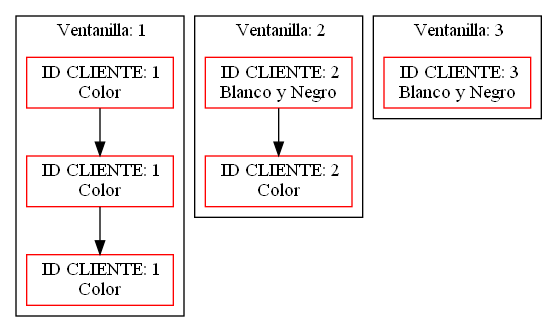
hugosmhd/EDD_UDRAWING_202002793 keeps this Graphviz diagram as pilaimg.png. Above is the earlier version. Its source is kept beside it as pilaimg.dot.
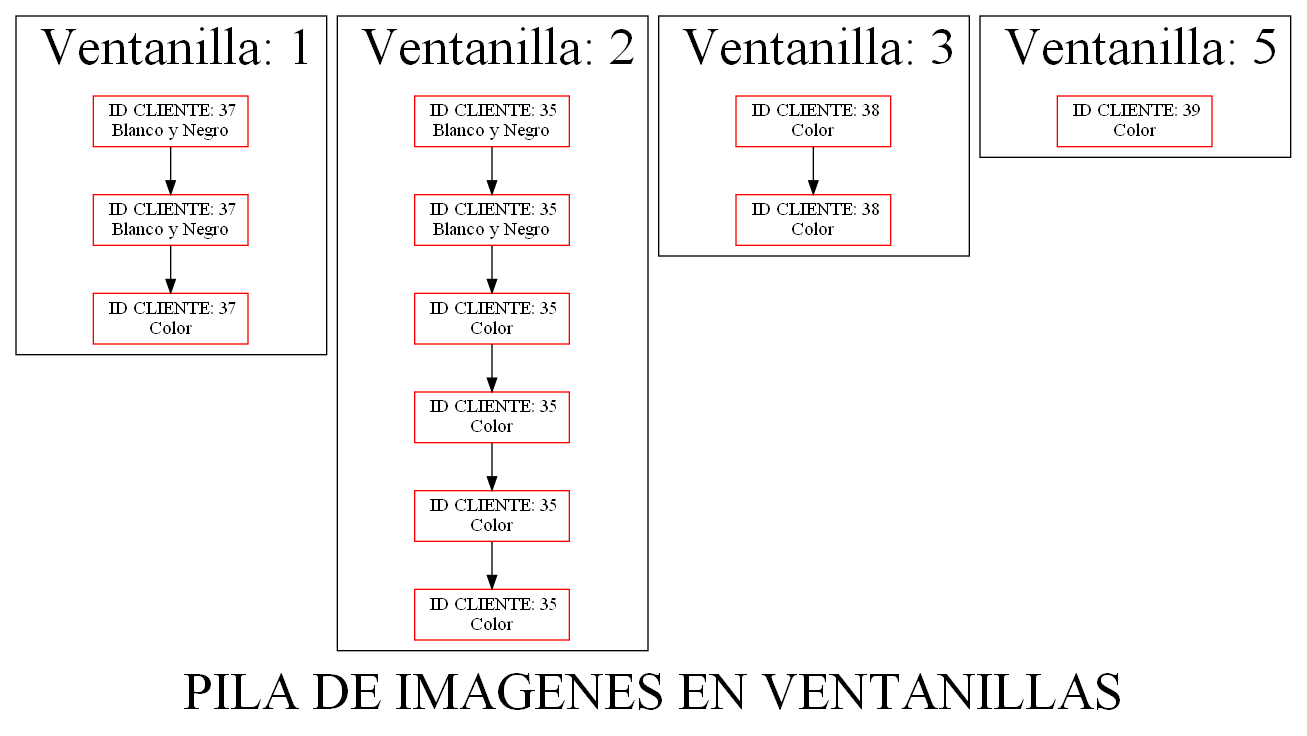
After the commit.

What changed in the source:
```diff
@@ -1,24 +1,47 @@
 digraph G {
 node[shape=box, color=red];
+label="PILA DE IMAGENES EN VENTANILLAS"
+fontsize = 40;
 subgraph cluster_1{
 label = " Ventanilla: 1";
-nodo621009875[label=" ID CLIENTE: 1
+nodo812265671[label=" ID CLIENTE: 37
+Blanco y Negro"]
+nodo648129364[label=" ID CLIENTE: 37
+Blanco y Negro"]
+nodo1494279232[label=" ID CLIENTE: 37
 Color"]
-nodo1265094477[label=" ID CLIENTE: 1
-Color"]
-nodo2125039532[label=" ID CLIENTE: 1
-Color"]
-nodo621009875 -> nodo1265094477;
-nodo1265094477 -> nodo2125039532;
+nodo812265671 -> nodo648129364;
+nodo648129364 -> nodo1494279232;
 }subgraph cluster_2{
 label = " Ventanilla: 2";
-nodo312714112[label=" ID CLIENTE: 2
+nodo193064360[label=" ID CLIENTE: 35
 Blanco y Negro"]
-nodo692404036[label=" ID CLIENTE: 2
+nodo1029991479[label=" ID CLIENTE: 35
+Blanco y Negro"]
+nodo1650967483[label=" ID CLIENTE: 35
 Color"]
-nodo312714112 -> nodo692404036;
+nodo1296064247[label=" ID CLIENTE: 35
+Color"]
+nodo1637070917[label=" ID CLIENTE: 35
+Color"]
+nodo780237624[label=" ID CLIENTE: 35
+Color"]
+nodo193064360 -> nodo1029991479;
+nodo1029991479 -> nodo1650967483;
+nodo1650967483 -> nodo1296064247;
+nodo1296064247 -> nodo1637070917;
+nodo1637070917 -> nodo780237624;
 }subgraph cluster_3{
 label = " Ventanilla: 3";
-nodo1554874502[label=" ID CLIENTE: 3
-Blanco y Negro"]
+nodo109961541[label=" ID CLIENTE: 38
+Color"]
+nodo1104106489[label=" ID CLIENTE: 38
+Color"]
+nodo109961541 -> nodo1104106489;
+}subgraph cluster_4{
+label = " Ventanilla: 4";
+}subgraph cluster_5{
+label = " Ventanilla: 5";
+nodo670700378[label=" ID CLIENTE: 39
+Color"]
 }}
```
